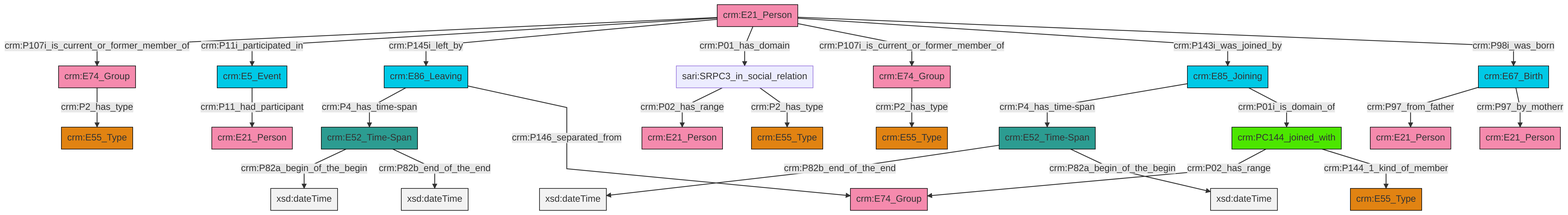
swiss-art-research-net/reference-data-models keeps this Mermaid diagram as et/personCSV/ttl/mmd/png/Person_Actor_Relations.png. Above is the earlier version. Its source is kept beside it as et/personCSV/ttl/mmd/Person_Actor_Relations.ttl.mmd.
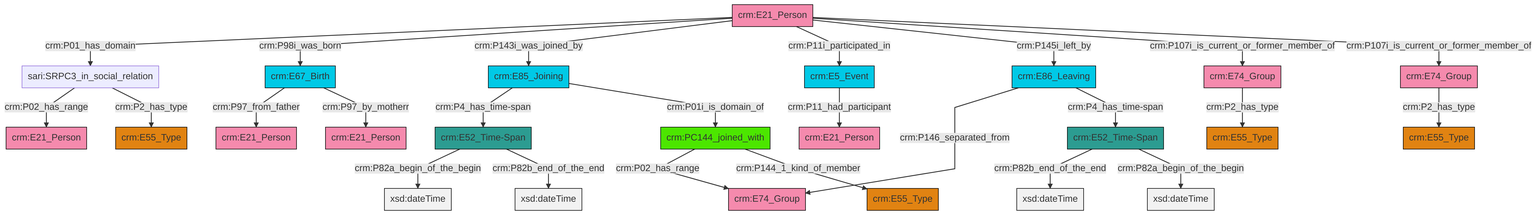
The same diagram one commit later.

Diff of the diagram source:
```diff
@@ -13,27 +13,27 @@
 classDef PC_Classes fill:#4ce600, stroke:#000000;
 classDef Multi fill:#cccccc,stroke:#000000;
 
-12["crm:E52_Time-Span"]:::Time-Span -->|crm:P82a_begin_of_the_begin| 13[xsd:dateTime]:::Literal
-14["crm:E21_Person"]:::Actor -->|crm:P107i_is_current_or_former_member_of| 0["crm:E74_Group"]:::Actor
-12["crm:E52_Time-Span"]:::Time-Span -->|crm:P82b_end_of_the_end| 19[xsd:dateTime]:::Literal
-10["crm:E74_Group"]:::Actor -->|crm:P2_has_type| 22["crm:E55_Type"]:::Type
-23["crm:E67_Birth"]:::Temporal_Entity -->|crm:P97_from_father| 2["crm:E21_Person"]:::Actor
-24["crm:E52_Time-Span"]:::Time-Span -->|crm:P82b_end_of_the_end| 25[xsd:dateTime]:::Literal
-14["crm:E21_Person"]:::Actor -->|crm:P11i_participated_in| 26["crm:E5_Event"]:::Temporal_Entity
-0["crm:E74_Group"]:::Actor -->|crm:P2_has_type| 27["crm:E55_Type"]:::Type
-6["crm:E85_Joining"]:::Temporal_Entity -->|crm:P4_has_time-span| 24["crm:E52_Time-Span"]:::Time-Span
-28["crm:PC144_joined_with"]:::PC_Classes -->|crm:P02_has_range| 17["crm:E74_Group"]:::Actor
-8["crm:E86_Leaving"]:::Temporal_Entity -->|crm:P4_has_time-span| 12["crm:E52_Time-Span"]:::Time-Span
-28["crm:PC144_joined_with"]:::PC_Classes -->|crm:P144_1_kind_of_member| 15["crm:E55_Type"]:::Type
-14["crm:E21_Person"]:::Actor -->|crm:P145i_left_by| 8["crm:E86_Leaving"]:::Temporal_Entity
-33["sari:SRPC3_in_social_relation"]:::Default -->|crm:P02_has_range| 20["crm:E21_Person"]:::Actor
-23["crm:E67_Birth"]:::Temporal_Entity -->|crm:P97_by_motherr| 4["crm:E21_Person"]:::Actor
-33["sari:SRPC3_in_social_relation"]:::Default -->|crm:P2_has_type| 36["crm:E55_Type"]:::Type
-14["crm:E21_Person"]:::Actor -->|crm:P01_has_domain| 33["sari:SRPC3_in_social_relation"]:::Default
-24["crm:E52_Time-Span"]:::Time-Span -->|crm:P82a_begin_of_the_begin| 38[xsd:dateTime]:::Literal
-14["crm:E21_Person"]:::Actor -->|crm:P107i_is_current_or_former_member_of| 10["crm:E74_Group"]:::Actor
-6["crm:E85_Joining"]:::Temporal_Entity -->|crm:P01i_is_domain_of| 28["crm:PC144_joined_with"]:::PC_Classes
-8["crm:E86_Leaving"]:::Temporal_Entity -->|crm:P146_separated_from| 17["crm:E74_Group"]:::Actor
-26["crm:E5_Event"]:::Temporal_Entity -->|crm:P11_had_participant| 34["crm:E21_Person"]:::Actor
-14["crm:E21_Person"]:::Actor -->|crm:P143i_was_joined_by| 6["crm:E85_Joining"]:::Temporal_Entity
-14["crm:E21_Person"]:::Actor -->|crm:P98i_was_born| 23["crm:E67_Birth"]:::Temporal_Entity
+0["crm:E52_Time-Span"]:::Time-Span -->|crm:P82b_end_of_the_end| 1[xsd:dateTime]:::Literal
+2["crm:E21_Person"]:::Actor -->|crm:P01_has_domain| 3["sari:SRPC3_in_social_relation"]:::Default
+9["crm:E86_Leaving"]:::Temporal_Entity -->|crm:P146_separated_from| 10["crm:E74_Group"]:::Actor
+15["crm:E67_Birth"]:::Temporal_Entity -->|crm:P97_from_father| 16["crm:E21_Person"]:::Actor
+17["crm:PC144_joined_with"]:::PC_Classes -->|crm:P02_has_range| 10["crm:E74_Group"]:::Actor
+13["crm:E5_Event"]:::Temporal_Entity -->|crm:P11_had_participant| 19["crm:E21_Person"]:::Actor
+20["crm:E74_Group"]:::Actor -->|crm:P2_has_type| 4["crm:E55_Type"]:::Type
+3["sari:SRPC3_in_social_relation"]:::Default -->|crm:P02_has_range| 24["crm:E21_Person"]:::Actor
+11["crm:E85_Joining"]:::Temporal_Entity -->|crm:P4_has_time-span| 25["crm:E52_Time-Span"]:::Time-Span
+25["crm:E52_Time-Span"]:::Time-Span -->|crm:P82a_begin_of_the_begin| 26[xsd:dateTime]:::Literal
+2["crm:E21_Person"]:::Actor -->|crm:P98i_was_born| 15["crm:E67_Birth"]:::Temporal_Entity
+25["crm:E52_Time-Span"]:::Time-Span -->|crm:P82b_end_of_the_end| 27[xsd:dateTime]:::Literal
+2["crm:E21_Person"]:::Actor -->|crm:P143i_was_joined_by| 11["crm:E85_Joining"]:::Temporal_Entity
+15["crm:E67_Birth"]:::Temporal_Entity -->|crm:P97_by_motherr| 29["crm:E21_Person"]:::Actor
+0["crm:E52_Time-Span"]:::Time-Span -->|crm:P82a_begin_of_the_begin| 30[xsd:dateTime]:::Literal
+11["crm:E85_Joining"]:::Temporal_Entity -->|crm:P01i_is_domain_of| 17["crm:PC144_joined_with"]:::PC_Classes
+2["crm:E21_Person"]:::Actor -->|crm:P11i_participated_in| 13["crm:E5_Event"]:::Temporal_Entity
+17["crm:PC144_joined_with"]:::PC_Classes -->|crm:P144_1_kind_of_member| 35["crm:E55_Type"]:::Type
+3["sari:SRPC3_in_social_relation"]:::Default -->|crm:P2_has_type| 6["crm:E55_Type"]:::Type
+36["crm:E74_Group"]:::Actor -->|crm:P2_has_type| 21["crm:E55_Type"]:::Type
+2["crm:E21_Person"]:::Actor -->|crm:P145i_left_by| 9["crm:E86_Leaving"]:::Temporal_Entity
+9["crm:E86_Leaving"]:::Temporal_Entity -->|crm:P4_has_time-span| 0["crm:E52_Time-Span"]:::Time-Span
+2["crm:E21_Person"]:::Actor -->|crm:P107i_is_current_or_former_member_of| 36["crm:E74_Group"]:::Actor
+2["crm:E21_Person"]:::Actor -->|crm:P107i_is_current_or_former_member_of| 20["crm:E74_Group"]:::Actor
```
